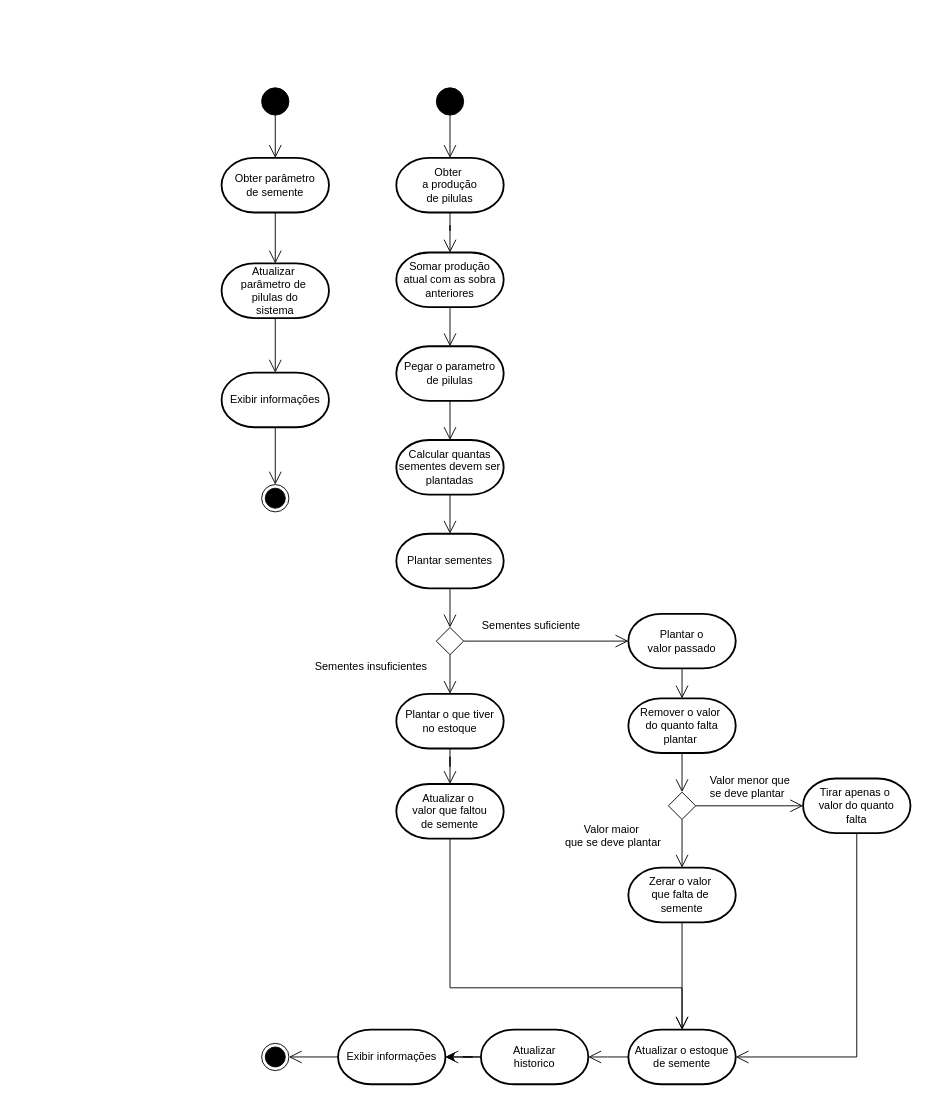
The draw.io diagram page "Atividade1" (5 of 10) of Tarefa1.drawio in ZardsMK/Trabahlo-DrawIO, before the edit. Source tidied: cells renumbered, new cells numbered last; positions are measured from the earlier drawing's top-left corner, leaving out a move shared by most shapes. Both pictures are drawn from the tidied source at 91%, with x=0, y=0 at pixel (221, 87).
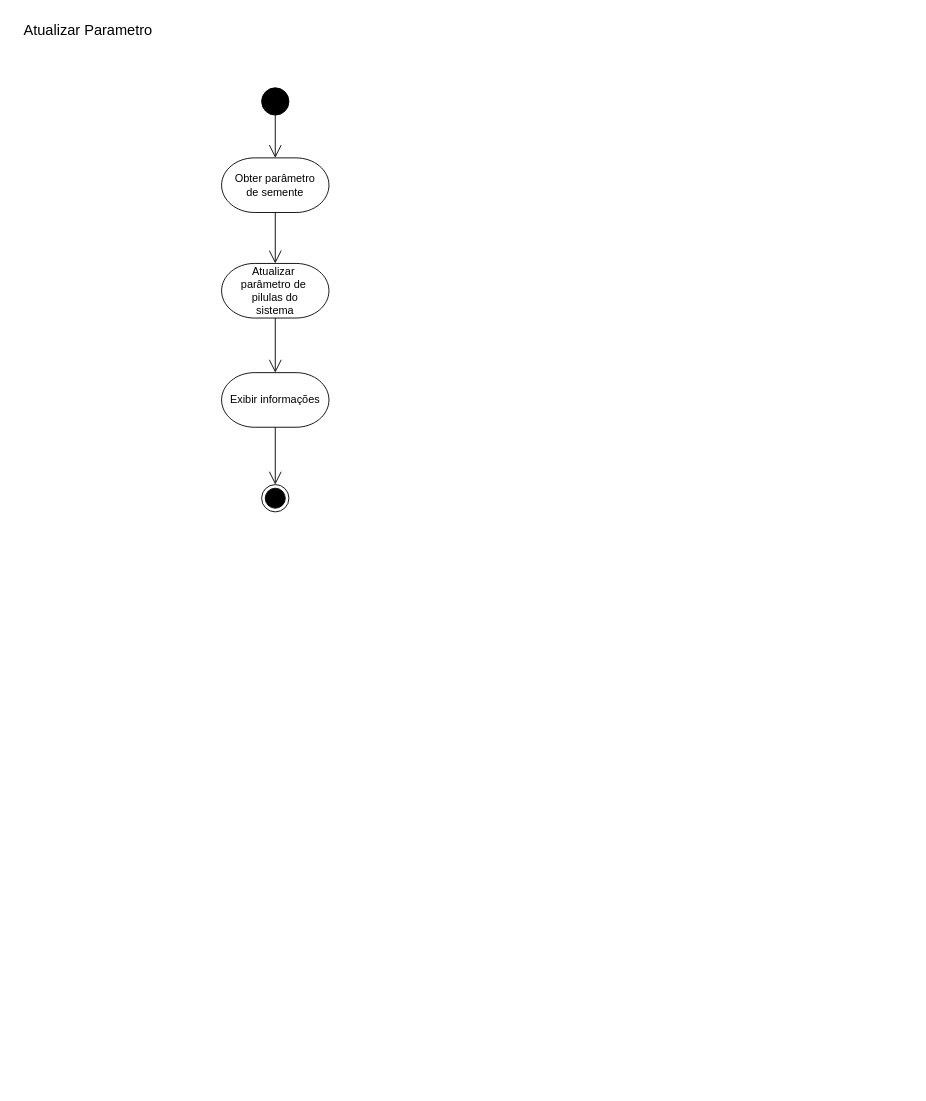
The same page after the edit.

Change to the diagram source:
```diff
@@
-    <mxCell id="2" style="ellipse;fillColor=strokeColor;html=1;" parent="1" vertex="1">
+    <mxCell id="2" style="ellipse;fillColor=strokeColor;html=1;strokeWidth=1;fontSize=12;spacing=2;" parent="1" vertex="1">
       <mxGeometry x="44" width="30" height="30" as="geometry" />
     </mxCell>
-    <mxCell id="3" style="ellipse;html=1;shape=endState;fillColor=strokeColor;" parent="1" vertex="1">
+    <mxCell id="3" style="ellipse;html=1;shape=endState;fillColor=strokeColor;strokeWidth=1;fontSize=12;spacing=2;" parent="1" vertex="1">
       <mxGeometry x="44" y="436" width="30" height="30" as="geometry" />
     </mxCell>
-    <mxCell id="4" value="Obter parâmetro&lt;div&gt;de semente&lt;/div&gt;" style="strokeWidth=2;html=1;shape=mxgraph.flowchart.terminator;whiteSpace=wrap;" parent="1" vertex="1">
+    <mxCell id="4" value="Obter parâmetro&lt;div&gt;de semente&lt;/div&gt;" style="strokeWidth=1;html=1;shape=mxgraph.flowchart.terminator;whiteSpace=wrap;fontSize=12;spacing=2;" parent="1" vertex="1">
       <mxGeometry y="77" width="118" height="60" as="geometry" />
     </mxCell>
-    <mxCell id="5" style="endArrow=open;endFill=1;endSize=12;html=1;rounded=0;exitX=0.5;exitY=1;exitDx=0;exitDy=0;entryX=0.5;entryY=0;entryDx=0;entryDy=0;entryPerimeter=0;" parent="1" edge="1" source="2" target="4">
+    <mxCell id="5" style="endArrow=open;endFill=1;endSize=12;html=1;rounded=0;exitX=0.5;exitY=1;exitDx=0;exitDy=0;entryX=0.5;entryY=0;entryDx=0;entryDy=0;entryPerimeter=0;strokeWidth=1;fontSize=12;spacing=2;" parent="1" edge="1" source="2" target="4">
       <mxGeometry relative="1" as="geometry" />
     </mxCell>
-    <mxCell id="6" value="Atualizar&amp;nbsp;&lt;div&gt;parâmetro &lt;span style=&quot;background-color: transparent; color: light-dark(rgb(0, 0, 0), rgb(255, 255, 255));&quot;&gt;de&amp;nbsp;&lt;/span&gt;&lt;/div&gt;&lt;div&gt;&lt;span style=&quot;background-color: transparent; color: light-dark(rgb(0, 0, 0), rgb(255, 255, 255));&quot;&gt;pilulas do&lt;/span&gt;&lt;div&gt;sistema&lt;/div&gt;&lt;/div&gt;" style="strokeWidth=2;html=1;shape=mxgraph.flowchart.terminator;whiteSpace=wrap;" parent="1" vertex="1">
+    <mxCell id="6" value="Atualizar&amp;nbsp;&lt;div&gt;parâmetro &lt;span style=&quot;background-color: transparent; color: light-dark(rgb(0, 0, 0), rgb(255, 255, 255));&quot;&gt;de&amp;nbsp;&lt;/span&gt;&lt;/div&gt;&lt;div&gt;&lt;span style=&quot;background-color: transparent; color: light-dark(rgb(0, 0, 0), rgb(255, 255, 255));&quot;&gt;pilulas do&lt;/span&gt;&lt;div&gt;sistema&lt;/div&gt;&lt;/div&gt;" style="strokeWidth=1;html=1;shape=mxgraph.flowchart.terminator;whiteSpace=wrap;fontSize=12;spacing=2;" parent="1" vertex="1">
       <mxGeometry y="193" width="118" height="60" as="geometry" />
     </mxCell>
-    <mxCell id="7" style="edgeStyle=orthogonalEdgeStyle;rounded=0;jettySize=auto;html=1;entryX=0.5;entryY=0;entryDx=0;entryDy=0;entryPerimeter=0;endArrow=open;endFill=0;endSize=12;" parent="1" edge="1" source="4" target="6">
+    <mxCell id="7" style="edgeStyle=orthogonalEdgeStyle;rounded=0;jettySize=auto;html=1;entryX=0.5;entryY=0;entryDx=0;entryDy=0;entryPerimeter=0;endArrow=open;endFill=0;endSize=12;strokeWidth=1;fontSize=12;spacing=2;" parent="1" edge="1" source="4" target="6">
       <mxGeometry relative="1" as="geometry" />
     </mxCell>
-    <mxCell id="8" style="edgeStyle=orthogonalEdgeStyle;rounded=0;jettySize=auto;html=1;entryX=0.5;entryY=0;entryDx=0;entryDy=0;endArrow=open;endFill=0;endSize=12;exitX=0.5;exitY=1;exitDx=0;exitDy=0;exitPerimeter=0;entryPerimeter=0;" parent="1" edge="1" source="6" target="51">
+    <mxCell id="8" style="edgeStyle=orthogonalEdgeStyle;rounded=0;jettySize=auto;html=1;entryX=0.5;entryY=0;entryDx=0;entryDy=0;endArrow=open;endFill=0;endSize=12;exitX=0.5;exitY=1;exitDx=0;exitDy=0;exitPerimeter=0;entryPerimeter=0;strokeWidth=1;fontSize=12;spacing=2;" parent="1" edge="1" source="6" target="51">
       <mxGeometry relative="1" as="geometry" />
     </mxCell>
-    <mxCell id="9" style="ellipse;fillColor=strokeColor;html=1;" parent="1" vertex="1">
-      <mxGeometry x="236" width="30" height="30" as="geometry" />
-    </mxCell>
-    <mxCell id="10" style="ellipse;html=1;shape=endState;fillColor=strokeColor;" parent="1" vertex="1">
-      <mxGeometry x="44" y="1050" width="30" height="30" as="geometry" />
-    </mxCell>
-    <mxCell id="11" value="Obter&amp;nbsp;&lt;div&gt;a produção&lt;div&gt;de pilulas&lt;/div&gt;&lt;/div&gt;" style="strokeWidth=2;html=1;shape=mxgraph.flowchart.terminator;whiteSpace=wrap;" parent="1" vertex="1">
-      <mxGeometry x="192" y="77" width="118" height="60" as="geometry" />
-    </mxCell>
-    <mxCell id="12" style="endArrow=open;endFill=1;endSize=12;html=1;rounded=0;exitX=0.5;exitY=1;exitDx=0;exitDy=0;entryX=0.5;entryY=0;entryDx=0;entryDy=0;entryPerimeter=0;" parent="1" edge="1" source="9" target="11">
-      <mxGeometry relative="1" as="geometry" />
-    </mxCell>
-    <mxCell id="13" value="Somar produção&lt;div&gt;atual com as sobra&lt;/div&gt;&lt;div&gt;anteriores&lt;/div&gt;" style="strokeWidth=2;html=1;shape=mxgraph.flowchart.terminator;whiteSpace=wrap;" parent="1" vertex="1">
-      <mxGeometry x="192" y="181" width="118" height="60" as="geometry" />
-    </mxCell>
-    <mxCell id="14" style="edgeStyle=orthogonalEdgeStyle;rounded=0;jettySize=auto;html=1;endArrow=open;endFill=0;endSize=12;" parent="1" edge="1" source="11" target="13">
-      <mxGeometry relative="1" as="geometry" />
-    </mxCell>
-    <mxCell id="15" style="edgeStyle=orthogonalEdgeStyle;rounded=0;jettySize=auto;html=1;endArrow=open;endFill=0;endSize=12;exitX=0.5;exitY=1;exitDx=0;exitDy=0;exitPerimeter=0;entryX=0.5;entryY=0;entryDx=0;entryDy=0;entryPerimeter=0;" parent="1" edge="1" source="13" target="37">
-      <mxGeometry relative="1" as="geometry">
-        <Array as="points">
-          <mxPoint x="251" y="283" />
-          <mxPoint x="251" y="283" />
-        </Array>
-      </mxGeometry>
-    </mxCell>
-    <mxCell id="16" style="rhombus;" parent="1" vertex="1">
-      <mxGeometry x="236" y="593" width="30" height="30" as="geometry" />
-    </mxCell>
-    <mxCell id="17" value="Sementes suficiente" style="text;html=1;align=center;verticalAlign=middle;strokeColor=none;fillColor=none;" parent="1" vertex="1">
-      <mxGeometry x="277" y="578" width="126" height="26" as="geometry" />
-    </mxCell>
-    <mxCell id="18" style="edgeStyle=orthogonalEdgeStyle;rounded=0;jettySize=auto;html=1;endArrow=open;endFill=0;endSize=12;exitX=1;exitY=0.5;exitDx=0;exitDy=0;entryX=0;entryY=0.5;entryDx=0;entryDy=0;entryPerimeter=0;" parent="1" edge="1" source="16" target="28">
-      <mxGeometry relative="1" as="geometry" />
-    </mxCell>
-    <mxCell id="19" value="Sementes insuficientes" style="text;html=1;align=center;verticalAlign=middle;strokeColor=none;fillColor=none;" parent="1" vertex="1">
-      <mxGeometry x="93" y="623" width="141" height="26" as="geometry" />
-    </mxCell>
-    <mxCell id="20" value="Plantar sementes" style="strokeWidth=2;html=1;shape=mxgraph.flowchart.terminator;whiteSpace=wrap;" parent="1" vertex="1">
-      <mxGeometry x="192" y="490" width="118" height="60" as="geometry" />
-    </mxCell>
-    <mxCell id="21" style="edgeStyle=orthogonalEdgeStyle;rounded=0;jettySize=auto;html=1;exitX=0.5;exitY=1;exitDx=0;exitDy=0;exitPerimeter=0;endSize=12;endArrow=open;endFill=0;" parent="1" edge="1" source="22" target="23">
-      <mxGeometry relative="1" as="geometry" />
-    </mxCell>
-    <mxCell id="22" value="Plantar o que tiver&lt;div&gt;no estoque&lt;/div&gt;" style="strokeWidth=2;html=1;shape=mxgraph.flowchart.terminator;whiteSpace=wrap;" parent="1" vertex="1">
-      <mxGeometry x="192" y="666" width="118" height="60" as="geometry" />
-    </mxCell>
-    <mxCell id="23" value="Atualizar o&amp;nbsp;&lt;div&gt;valor que faltou&lt;/div&gt;&lt;div&gt;de semente&lt;/div&gt;" style="strokeWidth=2;html=1;shape=mxgraph.flowchart.terminator;whiteSpace=wrap;" parent="1" vertex="1">
-      <mxGeometry x="192" y="765" width="118" height="60" as="geometry" />
-    </mxCell>
-    <mxCell id="24" style="edgeStyle=orthogonalEdgeStyle;rounded=0;jettySize=auto;html=1;endSize=12;endArrow=open;endFill=0;entryX=1;entryY=0.5;entryDx=0;entryDy=0;entryPerimeter=0;" parent="1" edge="1" source="26" target="33">
-      <mxGeometry relative="1" as="geometry" />
-    </mxCell>
-    <mxCell id="25" style="edgeStyle=none;curved=1;rounded=0;jettySize=auto;html=1;fontSize=12;startSize=8;endSize=8;" parent="1" edge="1" source="26" target="33">
-      <mxGeometry relative="1" as="geometry" />
-    </mxCell>
-    <mxCell id="26" value="Atualizar&lt;div&gt;historico&lt;/div&gt;" style="strokeWidth=2;html=1;shape=mxgraph.flowchart.terminator;whiteSpace=wrap;" parent="1" vertex="1">
-      <mxGeometry x="285" y="1035" width="118" height="60" as="geometry" />
-    </mxCell>
-    <mxCell id="27" style="edgeStyle=orthogonalEdgeStyle;rounded=0;jettySize=auto;html=1;exitX=0.5;exitY=1;exitDx=0;exitDy=0;entryX=0.5;entryY=0;entryDx=0;entryDy=0;entryPerimeter=0;endSize=12;endArrow=open;endFill=0;" parent="1" edge="1" source="16" target="22">
-      <mxGeometry relative="1" as="geometry" />
-    </mxCell>
-    <mxCell id="28" value="Plantar o&lt;div&gt;valor passado&lt;/div&gt;" style="strokeWidth=2;html=1;shape=mxgraph.flowchart.terminator;whiteSpace=wrap;" parent="1" vertex="1">
-      <mxGeometry x="447" y="578" width="118" height="60" as="geometry" />
-    </mxCell>
-    <mxCell id="29" value="Remover&amp;nbsp;&lt;span style=&quot;background-color: transparent; color: light-dark(rgb(0, 0, 0), rgb(255, 255, 255));&quot;&gt;o valor&amp;nbsp;&lt;/span&gt;&lt;div&gt;do quanto falta plantar&amp;nbsp;&lt;/div&gt;" style="strokeWidth=2;html=1;shape=mxgraph.flowchart.terminator;whiteSpace=wrap;" parent="1" vertex="1">
-      <mxGeometry x="447" y="671" width="118" height="60" as="geometry" />
-    </mxCell>
-    <mxCell id="30" style="edgeStyle=orthogonalEdgeStyle;rounded=0;jettySize=auto;html=1;endArrow=open;endFill=0;endSize=12;exitX=0.5;exitY=1;exitDx=0;exitDy=0;exitPerimeter=0;entryX=0.5;entryY=0;entryDx=0;entryDy=0;entryPerimeter=0;" parent="1" edge="1" source="28" target="29">
-      <mxGeometry relative="1" as="geometry" />
-    </mxCell>
-    <mxCell id="31" style="edgeStyle=orthogonalEdgeStyle;rounded=0;jettySize=auto;html=1;exitX=0.5;exitY=1;exitDx=0;exitDy=0;endSize=12;endArrow=open;endFill=0;entryX=0.5;entryY=0;entryDx=0;entryDy=0;entryPerimeter=0;" parent="1" edge="1" source="42" target="32">
-      <mxGeometry relative="1" as="geometry" />
-    </mxCell>
-    <mxCell id="32" value="Zerar o valor&amp;nbsp;&lt;div&gt;que falta de&amp;nbsp;&lt;/div&gt;&lt;div&gt;semente&lt;/div&gt;" style="strokeWidth=2;html=1;shape=mxgraph.flowchart.terminator;whiteSpace=wrap;" parent="1" vertex="1">
-      <mxGeometry x="447" y="857" width="118" height="60" as="geometry" />
-    </mxCell>
-    <mxCell id="33" value="Exibir informações" style="strokeWidth=2;html=1;shape=mxgraph.flowchart.terminator;whiteSpace=wrap;" parent="1" vertex="1">
-      <mxGeometry x="128" y="1035" width="118" height="60" as="geometry" />
-    </mxCell>
-    <mxCell id="34" value="Atualizar o estoque de semente" style="strokeWidth=2;html=1;shape=mxgraph.flowchart.terminator;whiteSpace=wrap;" parent="1" vertex="1">
-      <mxGeometry x="447" y="1035" width="118" height="60" as="geometry" />
-    </mxCell>
-    <mxCell id="35" value="Tirar apenas o&amp;nbsp;&lt;div&gt;valor&amp;nbsp;&lt;span style=&quot;background-color: transparent; color: light-dark(rgb(0, 0, 0), rgb(255, 255, 255));&quot;&gt;do quanto&lt;/span&gt;&lt;/div&gt;&lt;div&gt;&lt;span style=&quot;background-color: transparent; color: light-dark(rgb(0, 0, 0), rgb(255, 255, 255));&quot;&gt;falta&lt;/span&gt;&lt;/div&gt;" style="strokeWidth=2;html=1;shape=mxgraph.flowchart.terminator;whiteSpace=wrap;" parent="1" vertex="1">
-      <mxGeometry x="639" y="759" width="118" height="60" as="geometry" />
-    </mxCell>
-    <mxCell id="36" style="edgeStyle=orthogonalEdgeStyle;rounded=0;jettySize=auto;html=1;exitX=0;exitY=0.5;exitDx=0;exitDy=0;exitPerimeter=0;endSize=12;endArrow=open;endFill=0;entryX=1;entryY=0.5;entryDx=0;entryDy=0;" parent="1" edge="1" source="33" target="10">
-      <mxGeometry relative="1" as="geometry" />
-    </mxCell>
-    <mxCell id="37" value="Pegar o parametro&lt;div&gt;de pilulas&lt;/div&gt;" style="strokeWidth=2;html=1;shape=mxgraph.flowchart.terminator;whiteSpace=wrap;" parent="1" vertex="1">
-      <mxGeometry x="192" y="284" width="118" height="60" as="geometry" />
-    </mxCell>
-    <mxCell id="38" style="edgeStyle=orthogonalEdgeStyle;rounded=0;jettySize=auto;html=1;endArrow=open;endFill=0;endSize=12;entryX=0.5;entryY=0;entryDx=0;entryDy=0;entryPerimeter=0;exitX=0.5;exitY=1;exitDx=0;exitDy=0;exitPerimeter=0;" parent="1" edge="1" source="37" target="39">
-      <mxGeometry relative="1" as="geometry" />
-    </mxCell>
-    <mxCell id="39" value="Calcular quantas&lt;div&gt;sementes devem ser plantadas&lt;/div&gt;" style="strokeWidth=2;html=1;shape=mxgraph.flowchart.terminator;whiteSpace=wrap;" parent="1" vertex="1">
-      <mxGeometry x="192" y="387" width="118" height="60" as="geometry" />
-    </mxCell>
-    <mxCell id="40" style="edgeStyle=orthogonalEdgeStyle;rounded=0;jettySize=auto;html=1;endArrow=open;endFill=0;endSize=12;entryX=0.5;entryY=0;entryDx=0;entryDy=0;entryPerimeter=0;exitX=0.5;exitY=1;exitDx=0;exitDy=0;exitPerimeter=0;" parent="1" edge="1" source="39" target="20">
-      <mxGeometry relative="1" as="geometry" />
-    </mxCell>
-    <mxCell id="41" style="edgeStyle=orthogonalEdgeStyle;rounded=0;jettySize=auto;html=1;endArrow=open;endFill=0;endSize=12;entryX=0.5;entryY=0;entryDx=0;entryDy=0;exitX=0.5;exitY=1;exitDx=0;exitDy=0;exitPerimeter=0;" parent="1" edge="1" source="20" target="16">
-      <mxGeometry relative="1" as="geometry" />
-    </mxCell>
-    <mxCell id="42" style="rhombus;" parent="1" vertex="1">
-      <mxGeometry x="491" y="774" width="30" height="30" as="geometry" />
-    </mxCell>
-    <mxCell id="43" style="edgeStyle=orthogonalEdgeStyle;rounded=0;jettySize=auto;html=1;exitX=0.5;exitY=1;exitDx=0;exitDy=0;endSize=12;endArrow=open;endFill=0;exitPerimeter=0;entryX=0.5;entryY=0;entryDx=0;entryDy=0;" parent="1" edge="1" source="29" target="42">
-      <mxGeometry relative="1" as="geometry" />
-    </mxCell>
-    <mxCell id="44" value="Valor maior&amp;nbsp;&lt;div&gt;que se deve plantar&lt;/div&gt;" style="text;html=1;align=center;verticalAlign=middle;strokeColor=none;fillColor=none;" parent="1" vertex="1">
-      <mxGeometry x="368" y="801" width="123" height="41" as="geometry" />
-    </mxCell>
-    <mxCell id="45" style="edgeStyle=orthogonalEdgeStyle;rounded=0;jettySize=auto;html=1;endSize=12;endArrow=open;endFill=0;exitX=1;exitY=0.5;exitDx=0;exitDy=0;entryX=0;entryY=0.5;entryDx=0;entryDy=0;entryPerimeter=0;" parent="1" edge="1" source="42" target="35">
-      <mxGeometry relative="1" as="geometry" />
-    </mxCell>
-    <mxCell id="46" style="edgeStyle=orthogonalEdgeStyle;rounded=0;jettySize=auto;html=1;exitX=0.5;exitY=1;exitDx=0;exitDy=0;endSize=12;endArrow=open;endFill=0;entryX=1;entryY=0.5;entryDx=0;entryDy=0;entryPerimeter=0;exitPerimeter=0;" parent="1" edge="1" source="35" target="34">
-      <mxGeometry relative="1" as="geometry" />
-    </mxCell>
-    <mxCell id="47" value="&lt;span style=&quot;background-color: light-dark(#ffffff, var(--ge-dark-color, #121212));&quot;&gt;&lt;span style=&quot;color: rgb(0, 0, 0); font-family: Helvetica; font-size: 12px; font-style: normal; font-variant-ligatures: normal; font-variant-caps: normal; font-weight: 400; letter-spacing: normal; orphans: 2; text-align: center; text-indent: 0px; text-transform: none; widows: 2; word-spacing: 0px; -webkit-text-stroke-width: 0px; white-space: nowrap; text-decoration-thickness: initial; text-decoration-style: initial; text-decoration-color: initial; float: none; display: inline !important;&quot;&gt;Valor menor&amp;nbsp;&lt;/span&gt;&lt;span style=&quot;color: light-dark(rgb(0, 0, 0), rgb(237, 237, 237)); text-align: center; text-wrap-mode: nowrap;&quot;&gt;que&amp;nbsp;&lt;/span&gt;&lt;/span&gt;&lt;div&gt;&lt;span style=&quot;color: light-dark(rgb(0, 0, 0), rgb(237, 237, 237)); text-align: center; text-wrap-mode: nowrap; background-color: light-dark(#ffffff, var(--ge-dark-color, #121212));&quot;&gt;se deve plantar&lt;/span&gt;&lt;/div&gt;" style="text;whiteSpace=wrap;html=1;" parent="1" vertex="1">
-      <mxGeometry x="535" y="748" width="127" height="51" as="geometry" />
-    </mxCell>
-    <mxCell id="48" style="edgeStyle=orthogonalEdgeStyle;rounded=0;jettySize=auto;html=1;exitX=0;exitY=0.5;exitDx=0;exitDy=0;endSize=12;endArrow=open;endFill=0;entryX=1;entryY=0.5;entryDx=0;entryDy=0;entryPerimeter=0;exitPerimeter=0;" parent="1" edge="1" source="34" target="26">
-      <mxGeometry relative="1" as="geometry">
-        <Array as="points">
-          <mxPoint x="424" y="1065" />
-          <mxPoint x="424" y="1065" />
-        </Array>
-      </mxGeometry>
-    </mxCell>
-    <mxCell id="49" style="edgeStyle=orthogonalEdgeStyle;rounded=0;jettySize=auto;html=1;exitX=0.5;exitY=1;exitDx=0;exitDy=0;endSize=12;endArrow=open;endFill=0;entryX=0.5;entryY=0;entryDx=0;entryDy=0;entryPerimeter=0;exitPerimeter=0;" parent="1" edge="1" source="23" target="34">
-      <mxGeometry relative="1" as="geometry">
-        <Array as="points">
-          <mxPoint x="251" y="989" />
-          <mxPoint x="506" y="989" />
-        </Array>
-      </mxGeometry>
-    </mxCell>
-    <mxCell id="50" style="edgeStyle=orthogonalEdgeStyle;rounded=0;jettySize=auto;html=1;endSize=12;endArrow=open;endFill=0;entryX=0.5;entryY=0;entryDx=0;entryDy=0;entryPerimeter=0;exitX=0.5;exitY=1;exitDx=0;exitDy=0;exitPerimeter=0;" parent="1" edge="1" source="32" target="34">
-      <mxGeometry relative="1" as="geometry" />
-    </mxCell>
-    <mxCell id="51" value="Exibir informações" style="strokeWidth=2;html=1;shape=mxgraph.flowchart.terminator;whiteSpace=wrap;" parent="1" vertex="1">
+    <mxCell id="51" value="Exibir informações" style="strokeWidth=1;html=1;shape=mxgraph.flowchart.terminator;whiteSpace=wrap;fontSize=12;spacing=2;" parent="1" vertex="1">
       <mxGeometry y="313" width="118" height="60" as="geometry" />
     </mxCell>
-    <mxCell id="52" style="edgeStyle=orthogonalEdgeStyle;rounded=0;jettySize=auto;html=1;entryX=0.5;entryY=0;entryDx=0;entryDy=0;endArrow=open;endFill=0;endSize=12;exitX=0.5;exitY=1;exitDx=0;exitDy=0;exitPerimeter=0;" parent="1" edge="1" source="51" target="3">
+    <mxCell id="52" style="edgeStyle=orthogonalEdgeStyle;rounded=0;jettySize=auto;html=1;entryX=0.5;entryY=0;entryDx=0;entryDy=0;endArrow=open;endFill=0;endSize=12;exitX=0.5;exitY=1;exitDx=0;exitDy=0;exitPerimeter=0;strokeWidth=1;fontSize=12;spacing=2;" parent="1" edge="1" source="51" target="3">
       <mxGeometry relative="1" as="geometry" />
     </mxCell>
+    <mxCell id="53" value="Atualizar Parametro" style="text;html=1;align=center;verticalAlign=middle;strokeColor=none;fillColor=none;fontSize=16;" parent="1" vertex="1">
+      <mxGeometry x="-226.5" y="-79.5" width="159" height="31" as="geometry" />
+    </mxCell>
```
